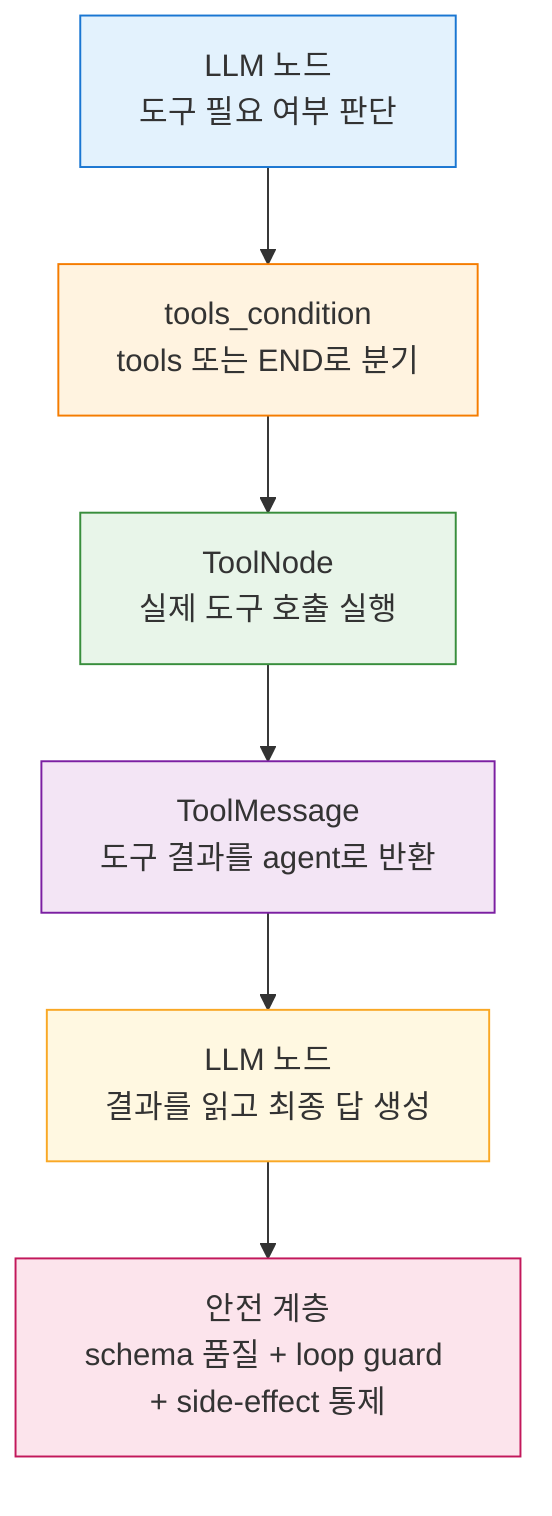
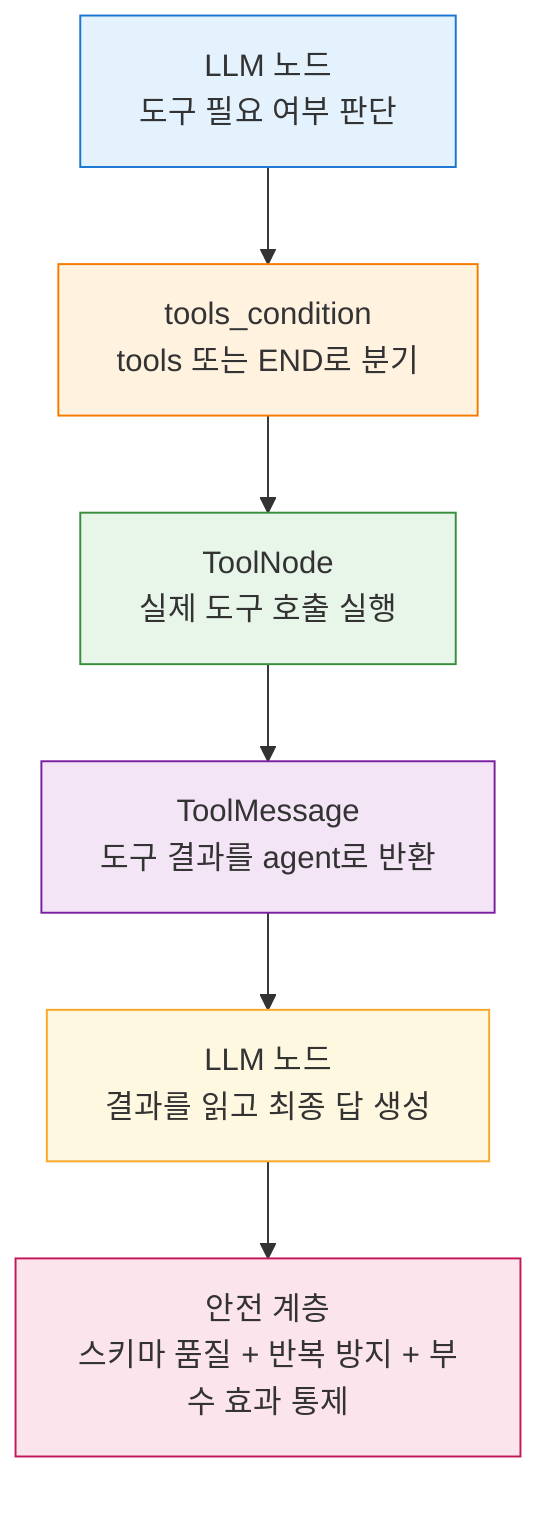
flowchart TD
  S1["LLM 노드<br/>도구 필요 여부 판단"] --> S2["tools_condition<br/>tools 또는 END로 분기"]
  S2 --> S3["ToolNode<br/>실제 도구 호출 실행"]
  S3 --> S4["ToolMessage<br/>도구 결과를 agent로 반환"]
  S4 --> S5["LLM 노드<br/>결과를 읽고 최종 답 생성"]
-   S5 --> S6["안전 계층<br/>schema 품질 + loop guard + side-effect 통제"]
+   S5 --> S6["안전 계층<br/>스키마 품질 + 반복 방지 + 부수 효과 통제"]

  style S1 fill:#e3f2fd,stroke:#1976d2
  style S2 fill:#fff3e0,stroke:#f57c00
  style S3 fill:#e8f5e9,stroke:#388e3c
  style S4 fill:#f3e5f5,stroke:#7b1fa2
  style S5 fill:#fff8e1,stroke:#f9a825
  style S6 fill:#fce4ec,stroke:#c2185b
